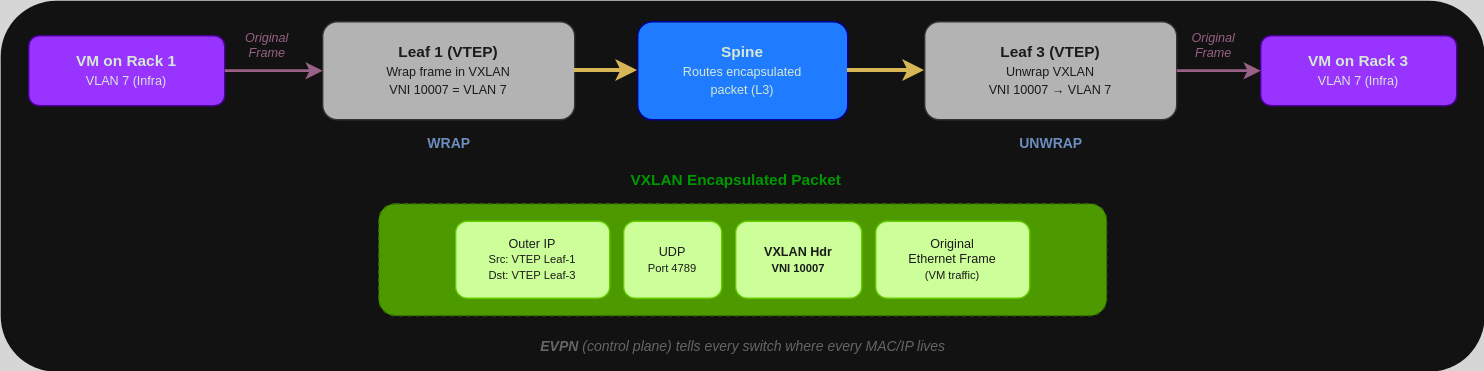
The draw.io diagram azure-local/plan/media/plan-deployment/leaf-spine-packet-flow-example.svg in MicrosoftDocs/azure-stack-docs, before a commit. Source tidied: cells renumbered, new cells last; positions are measured from the earlier drawing's top-left corner, leaving out a move shared by most shapes. Source of this version:
```xml
<mxGraphModel background="#1B1B1B">
  <root>
    <mxCell id="0" />
    <mxCell id="1" parent="0" />
    <mxCell id="2" style="rounded=1;whiteSpace=wrap;html=1;strokeColor=none;" parent="1" vertex="1">
      <mxGeometry width="1060" height="265" as="geometry" />
    </mxCell>
    <mxCell id="3" value="&lt;b&gt;VM on Rack 1&lt;/b&gt;&lt;br&gt;&lt;font style=&quot;font-size:9px&quot;&gt;VLAN 7 (Infra)&lt;/font&gt;" style="rounded=1;whiteSpace=wrap;html=1;fillColor=#9933FF;strokeColor=#4C0099;fontSize=11;fontColor=#D5E8D4;fillStyle=solid;" parent="1" vertex="1">
      <mxGeometry x="20" y="25" width="140" height="50" as="geometry" />
    </mxCell>
    <mxCell id="4" value="&lt;b&gt;Leaf 1 (VTEP)&lt;/b&gt;&lt;br&gt;&lt;font style=&quot;font-size:9px&quot;&gt;Wrap frame in VXLAN&lt;br&gt;VNI 10007 = VLAN 7&lt;/font&gt;" style="rounded=1;whiteSpace=wrap;html=1;fillColor=#B3B3B3;strokeColor=#333333;fontSize=11;fontColor=#1B1B1B;" parent="1" vertex="1">
      <mxGeometry x="230" y="15" width="180" height="70" as="geometry" />
    </mxCell>
    <mxCell id="5" value="Original&lt;br&gt;Frame" style="text;html=1;fontSize=9;fontStyle=2;fontColor=#996185;align=center;" parent="1" vertex="1">
      <mxGeometry x="160" y="15" width="60" height="30" as="geometry" />
    </mxCell>
    <mxCell id="6" style="endArrow=classic;html=1;strokeColor=#996185;strokeWidth=2;" parent="1" edge="1" source="3" target="4">
      <mxGeometry relative="1" as="geometry" />
    </mxCell>
    <mxCell id="7" style="rounded=1;whiteSpace=wrap;html=1;fillColor=#4D9900;strokeColor=#336600;fontSize=10;dashed=1;" parent="1" vertex="1">
      <mxGeometry x="270" y="145" width="520" height="80" as="geometry" />
    </mxCell>
    <mxCell id="8" value="&lt;b&gt;VXLAN Encapsulated Packet&lt;/b&gt;" style="text;html=1;fontSize=11;fontStyle=1;fontColor=#009900;align=center;" parent="1" vertex="1">
      <mxGeometry x="415" y="115" width="220" height="20" as="geometry" />
    </mxCell>
    <mxCell id="9" value="Outer IP&lt;br&gt;&lt;font style=&quot;font-size:8px&quot;&gt;Src: VTEP Leaf-1&lt;br&gt;Dst: VTEP Leaf-3&lt;/font&gt;" style="rounded=1;whiteSpace=wrap;html=1;fillColor=#CCFF99;strokeColor=#66CC00;fontSize=9;fontColor=#1B1B1B;" parent="1" vertex="1">
      <mxGeometry x="325" y="157.5" width="110" height="55" as="geometry" />
    </mxCell>
    <mxCell id="10" value="UDP&lt;br&gt;&lt;font style=&quot;font-size:8px&quot;&gt;Port 4789&lt;/font&gt;" style="rounded=1;whiteSpace=wrap;html=1;fillColor=#CCFF99;strokeColor=#66CC00;fontSize=9;fontColor=#1B1B1B;align=center;verticalAlign=middle;fontFamily=Helvetica;" parent="1" vertex="1">
      <mxGeometry x="445" y="157.5" width="70" height="55" as="geometry" />
    </mxCell>
    <mxCell id="11" value="VXLAN Hdr&lt;br&gt;&lt;font style=&quot;font-size:8px&quot;&gt;&lt;b&gt;VNI 10007&lt;/b&gt;&lt;/font&gt;" style="rounded=1;whiteSpace=wrap;html=1;fillColor=#CCFF99;strokeColor=#66CC00;fontSize=9;fontStyle=1;fontColor=#1B1B1B;align=center;verticalAlign=middle;fontFamily=Helvetica;" parent="1" vertex="1">
      <mxGeometry x="525" y="157.5" width="90" height="55" as="geometry" />
    </mxCell>
    <mxCell id="12" value="Original&lt;br&gt;Ethernet Frame&lt;br&gt;&lt;font style=&quot;font-size:8px&quot;&gt;(VM traffic)&lt;/font&gt;" style="rounded=1;whiteSpace=wrap;html=1;fillColor=#CCFF99;strokeColor=#66CC00;fontSize=9;fontColor=#1B1B1B;align=center;verticalAlign=middle;fontFamily=Helvetica;" parent="1" vertex="1">
      <mxGeometry x="625" y="157.5" width="110" height="55" as="geometry" />
    </mxCell>
    <mxCell id="13" value="&lt;b&gt;Spine&lt;/b&gt;&lt;br&gt;&lt;font style=&quot;font-size:9px&quot;&gt;Routes encapsulated&lt;br&gt;packet (L3)&lt;/font&gt;" style="rounded=1;whiteSpace=wrap;html=1;fillColor=#1F7BFF;strokeColor=#000099;fontSize=11;fontColor=#D5E8D4;" parent="1" vertex="1">
      <mxGeometry x="455" y="15" width="150" height="70" as="geometry" />
    </mxCell>
    <mxCell id="14" value="&lt;b&gt;Leaf 3 (VTEP)&lt;/b&gt;&lt;br&gt;&lt;font style=&quot;font-size:9px&quot;&gt;Unwrap VXLAN&lt;br&gt;VNI 10007 → VLAN 7&lt;/font&gt;" style="rounded=1;whiteSpace=wrap;html=1;fillColor=#B3B3B3;strokeColor=#333333;fontSize=11;fontColor=#1B1B1B;align=center;verticalAlign=middle;fontFamily=Helvetica;" parent="1" vertex="1">
      <mxGeometry x="660" y="15" width="180" height="70" as="geometry" />
    </mxCell>
    <mxCell id="15" value="&lt;b&gt;VM on Rack 3&lt;/b&gt;&lt;br&gt;&lt;font style=&quot;font-size:9px&quot;&gt;VLAN 7 (Infra)&lt;/font&gt;" style="rounded=1;whiteSpace=wrap;html=1;fillColor=#9933FF;strokeColor=#4C0099;fontSize=11;fontColor=#D5E8D4;fillStyle=solid;align=center;verticalAlign=middle;fontFamily=Helvetica;" parent="1" vertex="1">
      <mxGeometry x="900" y="25" width="140" height="50" as="geometry" />
    </mxCell>
    <mxCell id="16" value="Original&lt;br&gt;Frame" style="text;html=1;fontSize=9;fontStyle=2;fontColor=#996185;align=center;" parent="1" vertex="1">
      <mxGeometry x="836" y="15" width="60" height="30" as="geometry" />
    </mxCell>
    <mxCell id="17" style="endArrow=classic;html=1;strokeColor=#d6b656;strokeWidth=3;" parent="1" edge="1" source="4" target="13">
      <mxGeometry relative="1" as="geometry" />
    </mxCell>
    <mxCell id="18" style="endArrow=classic;html=1;strokeColor=#d6b656;strokeWidth=3;" parent="1" edge="1" source="13" target="14">
      <mxGeometry relative="1" as="geometry" />
    </mxCell>
    <mxCell id="19" style="endArrow=classic;html=1;strokeColor=#996185;strokeWidth=2;" parent="1" edge="1" source="14" target="15">
      <mxGeometry relative="1" as="geometry" />
    </mxCell>
    <mxCell id="20" value="&lt;b&gt;EVPN&lt;/b&gt; (control plane) tells every switch where every MAC/IP lives" style="text;html=1;fontSize=10;fontStyle=2;align=center;fontColor=#666666;" parent="1" vertex="1">
      <mxGeometry x="180" y="235" width="700" height="20" as="geometry" />
    </mxCell>
    <mxCell id="21" value="&lt;font style=&quot;font-size:10px;color:#6c8ebf&quot;&gt;WRAP&lt;/font&gt;" style="text;html=1;fontSize=10;fontStyle=1;align=center;" parent="1" vertex="1">
      <mxGeometry x="280" y="90" width="80" height="20" as="geometry" />
    </mxCell>
    <mxCell id="22" value="&lt;font style=&quot;font-size:10px;color:#6c8ebf&quot;&gt;UNWRAP&lt;/font&gt;" style="text;html=1;fontSize=10;fontStyle=1;align=center;" parent="1" vertex="1">
      <mxGeometry x="700" y="90" width="100" height="20" as="geometry" />
    </mxCell>
  </root>
</mxGraphModel>
```
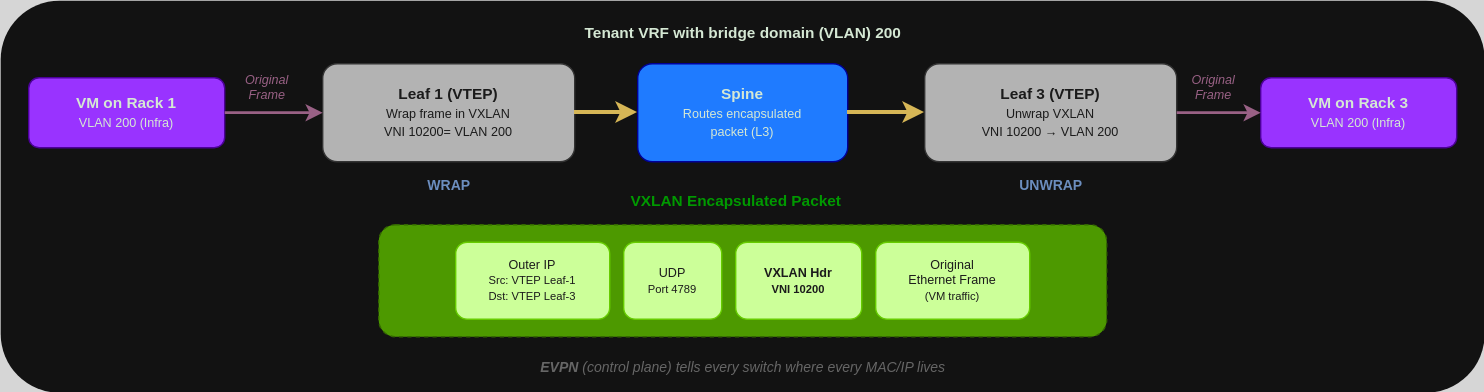
The same diagram one commit later.

Change to the diagram source:
```diff
@@ -3,12 +3,12 @@
     <mxCell id="0" />
     <mxCell id="1" parent="0" />
     <mxCell id="2" style="rounded=1;whiteSpace=wrap;html=1;strokeColor=none;" parent="1" vertex="1">
-      <mxGeometry width="1060" height="265" as="geometry" />
+      <mxGeometry y="-30" width="1060" height="280" as="geometry" />
     </mxCell>
-    <mxCell id="3" value="&lt;b&gt;VM on Rack 1&lt;/b&gt;&lt;br&gt;&lt;font style=&quot;font-size:9px&quot;&gt;VLAN 7 (Infra)&lt;/font&gt;" style="rounded=1;whiteSpace=wrap;html=1;fillColor=#9933FF;strokeColor=#4C0099;fontSize=11;fontColor=#D5E8D4;fillStyle=solid;" parent="1" vertex="1">
+    <mxCell id="3" value="&lt;b&gt;VM on Rack 1&lt;/b&gt;&lt;br&gt;&lt;font style=&quot;font-size:9px&quot;&gt;VLAN 200 (Infra)&lt;/font&gt;" style="rounded=1;whiteSpace=wrap;html=1;fillColor=#9933FF;strokeColor=#4C0099;fontSize=11;fontColor=#D5E8D4;fillStyle=solid;" parent="1" vertex="1">
       <mxGeometry x="20" y="25" width="140" height="50" as="geometry" />
     </mxCell>
-    <mxCell id="4" value="&lt;b&gt;Leaf 1 (VTEP)&lt;/b&gt;&lt;br&gt;&lt;font style=&quot;font-size:9px&quot;&gt;Wrap frame in VXLAN&lt;br&gt;VNI 10007 = VLAN 7&lt;/font&gt;" style="rounded=1;whiteSpace=wrap;html=1;fillColor=#B3B3B3;strokeColor=#333333;fontSize=11;fontColor=#1B1B1B;" parent="1" vertex="1">
+    <mxCell id="4" value="&lt;b&gt;Leaf 1 (VTEP)&lt;/b&gt;&lt;br&gt;&lt;font style=&quot;font-size:9px&quot;&gt;Wrap frame in VXLAN&lt;br&gt;VNI 10200= VLAN 200&lt;/font&gt;" style="rounded=1;whiteSpace=wrap;html=1;fillColor=#B3B3B3;strokeColor=#333333;fontSize=11;fontColor=#1B1B1B;" parent="1" vertex="1">
       <mxGeometry x="230" y="15" width="180" height="70" as="geometry" />
     </mxCell>
     <mxCell id="5" value="Original&lt;br&gt;Frame" style="text;html=1;fontSize=9;fontStyle=2;fontColor=#996185;align=center;" parent="1" vertex="1">
@@ -18,30 +18,30 @@
       <mxGeometry relative="1" as="geometry" />
     </mxCell>
     <mxCell id="7" style="rounded=1;whiteSpace=wrap;html=1;fillColor=#4D9900;strokeColor=#336600;fontSize=10;dashed=1;" parent="1" vertex="1">
-      <mxGeometry x="270" y="145" width="520" height="80" as="geometry" />
+      <mxGeometry x="270" y="130" width="520" height="80" as="geometry" />
     </mxCell>
     <mxCell id="8" value="&lt;b&gt;VXLAN Encapsulated Packet&lt;/b&gt;" style="text;html=1;fontSize=11;fontStyle=1;fontColor=#009900;align=center;" parent="1" vertex="1">
-      <mxGeometry x="415" y="115" width="220" height="20" as="geometry" />
+      <mxGeometry x="415" y="100" width="220" height="20" as="geometry" />
     </mxCell>
     <mxCell id="9" value="Outer IP&lt;br&gt;&lt;font style=&quot;font-size:8px&quot;&gt;Src: VTEP Leaf-1&lt;br&gt;Dst: VTEP Leaf-3&lt;/font&gt;" style="rounded=1;whiteSpace=wrap;html=1;fillColor=#CCFF99;strokeColor=#66CC00;fontSize=9;fontColor=#1B1B1B;" parent="1" vertex="1">
-      <mxGeometry x="325" y="157.5" width="110" height="55" as="geometry" />
+      <mxGeometry x="325" y="142.5" width="110" height="55" as="geometry" />
     </mxCell>
     <mxCell id="10" value="UDP&lt;br&gt;&lt;font style=&quot;font-size:8px&quot;&gt;Port 4789&lt;/font&gt;" style="rounded=1;whiteSpace=wrap;html=1;fillColor=#CCFF99;strokeColor=#66CC00;fontSize=9;fontColor=#1B1B1B;align=center;verticalAlign=middle;fontFamily=Helvetica;" parent="1" vertex="1">
-      <mxGeometry x="445" y="157.5" width="70" height="55" as="geometry" />
+      <mxGeometry x="445" y="142.5" width="70" height="55" as="geometry" />
     </mxCell>
-    <mxCell id="11" value="VXLAN Hdr&lt;br&gt;&lt;font style=&quot;font-size:8px&quot;&gt;&lt;b&gt;VNI 10007&lt;/b&gt;&lt;/font&gt;" style="rounded=1;whiteSpace=wrap;html=1;fillColor=#CCFF99;strokeColor=#66CC00;fontSize=9;fontStyle=1;fontColor=#1B1B1B;align=center;verticalAlign=middle;fontFamily=Helvetica;" parent="1" vertex="1">
-      <mxGeometry x="525" y="157.5" width="90" height="55" as="geometry" />
+    <mxCell id="11" value="VXLAN Hdr&lt;br&gt;&lt;font style=&quot;font-size:8px&quot;&gt;&lt;b&gt;VNI 10200&lt;/b&gt;&lt;/font&gt;" style="rounded=1;whiteSpace=wrap;html=1;fillColor=#CCFF99;strokeColor=#66CC00;fontSize=9;fontStyle=1;fontColor=#1B1B1B;align=center;verticalAlign=middle;fontFamily=Helvetica;" parent="1" vertex="1">
+      <mxGeometry x="525" y="142.5" width="90" height="55" as="geometry" />
     </mxCell>
     <mxCell id="12" value="Original&lt;br&gt;Ethernet Frame&lt;br&gt;&lt;font style=&quot;font-size:8px&quot;&gt;(VM traffic)&lt;/font&gt;" style="rounded=1;whiteSpace=wrap;html=1;fillColor=#CCFF99;strokeColor=#66CC00;fontSize=9;fontColor=#1B1B1B;align=center;verticalAlign=middle;fontFamily=Helvetica;" parent="1" vertex="1">
-      <mxGeometry x="625" y="157.5" width="110" height="55" as="geometry" />
+      <mxGeometry x="625" y="142.5" width="110" height="55" as="geometry" />
     </mxCell>
     <mxCell id="13" value="&lt;b&gt;Spine&lt;/b&gt;&lt;br&gt;&lt;font style=&quot;font-size:9px&quot;&gt;Routes encapsulated&lt;br&gt;packet (L3)&lt;/font&gt;" style="rounded=1;whiteSpace=wrap;html=1;fillColor=#1F7BFF;strokeColor=#000099;fontSize=11;fontColor=#D5E8D4;" parent="1" vertex="1">
       <mxGeometry x="455" y="15" width="150" height="70" as="geometry" />
     </mxCell>
-    <mxCell id="14" value="&lt;b&gt;Leaf 3 (VTEP)&lt;/b&gt;&lt;br&gt;&lt;font style=&quot;font-size:9px&quot;&gt;Unwrap VXLAN&lt;br&gt;VNI 10007 → VLAN 7&lt;/font&gt;" style="rounded=1;whiteSpace=wrap;html=1;fillColor=#B3B3B3;strokeColor=#333333;fontSize=11;fontColor=#1B1B1B;align=center;verticalAlign=middle;fontFamily=Helvetica;" parent="1" vertex="1">
+    <mxCell id="14" value="&lt;b&gt;Leaf 3 (VTEP)&lt;/b&gt;&lt;br&gt;&lt;font style=&quot;font-size:9px&quot;&gt;Unwrap VXLAN&lt;br&gt;VNI 10200 → VLAN 200&lt;/font&gt;" style="rounded=1;whiteSpace=wrap;html=1;fillColor=#B3B3B3;strokeColor=#333333;fontSize=11;fontColor=#1B1B1B;align=center;verticalAlign=middle;fontFamily=Helvetica;" parent="1" vertex="1">
       <mxGeometry x="660" y="15" width="180" height="70" as="geometry" />
     </mxCell>
-    <mxCell id="15" value="&lt;b&gt;VM on Rack 3&lt;/b&gt;&lt;br&gt;&lt;font style=&quot;font-size:9px&quot;&gt;VLAN 7 (Infra)&lt;/font&gt;" style="rounded=1;whiteSpace=wrap;html=1;fillColor=#9933FF;strokeColor=#4C0099;fontSize=11;fontColor=#D5E8D4;fillStyle=solid;align=center;verticalAlign=middle;fontFamily=Helvetica;" parent="1" vertex="1">
+    <mxCell id="15" value="&lt;b&gt;VM on Rack 3&lt;/b&gt;&lt;br&gt;&lt;font style=&quot;font-size:9px&quot;&gt;VLAN 200 (Infra)&lt;/font&gt;" style="rounded=1;whiteSpace=wrap;html=1;fillColor=#9933FF;strokeColor=#4C0099;fontSize=11;fontColor=#D5E8D4;fillStyle=solid;align=center;verticalAlign=middle;fontFamily=Helvetica;" parent="1" vertex="1">
       <mxGeometry x="900" y="25" width="140" height="50" as="geometry" />
     </mxCell>
     <mxCell id="16" value="Original&lt;br&gt;Frame" style="text;html=1;fontSize=9;fontStyle=2;fontColor=#996185;align=center;" parent="1" vertex="1">
@@ -57,7 +57,7 @@
       <mxGeometry relative="1" as="geometry" />
     </mxCell>
     <mxCell id="20" value="&lt;b&gt;EVPN&lt;/b&gt; (control plane) tells every switch where every MAC/IP lives" style="text;html=1;fontSize=10;fontStyle=2;align=center;fontColor=#666666;" parent="1" vertex="1">
-      <mxGeometry x="180" y="235" width="700" height="20" as="geometry" />
+      <mxGeometry x="180" y="220" width="700" height="20" as="geometry" />
     </mxCell>
     <mxCell id="21" value="&lt;font style=&quot;font-size:10px;color:#6c8ebf&quot;&gt;WRAP&lt;/font&gt;" style="text;html=1;fontSize=10;fontStyle=1;align=center;" parent="1" vertex="1">
       <mxGeometry x="280" y="90" width="80" height="20" as="geometry" />
@@ -65,5 +65,8 @@
     <mxCell id="22" value="&lt;font style=&quot;font-size:10px;color:#6c8ebf&quot;&gt;UNWRAP&lt;/font&gt;" style="text;html=1;fontSize=10;fontStyle=1;align=center;" parent="1" vertex="1">
       <mxGeometry x="700" y="90" width="100" height="20" as="geometry" />
     </mxCell>
+    <mxCell id="23" value="&lt;b&gt;Tenant VRF with bridge domain (VLAN) 200&lt;/b&gt;" style="text;html=1;fontSize=11;fontStyle=1;fontColor=#D5E8D4;align=center;" parent="1" vertex="1">
+      <mxGeometry x="420" y="-20" width="220" height="20" as="geometry" />
+    </mxCell>
   </root>
 </mxGraphModel>
```
